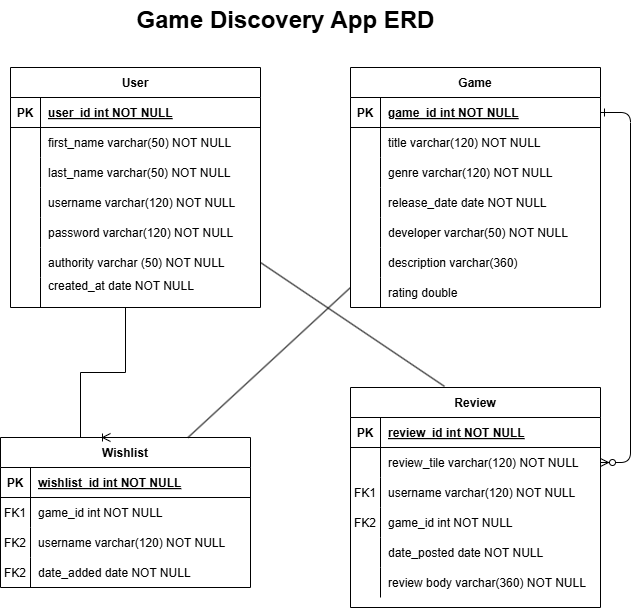
The draw.io diagram Game-Discovery-App-ERD.png in randiquek/Assessment-Java-Full-Stack-Application, before a commit. Source tidied: cells renumbered, new cells last; positions are measured from the earlier drawing's top-left corner, leaving out a move shared by most shapes.
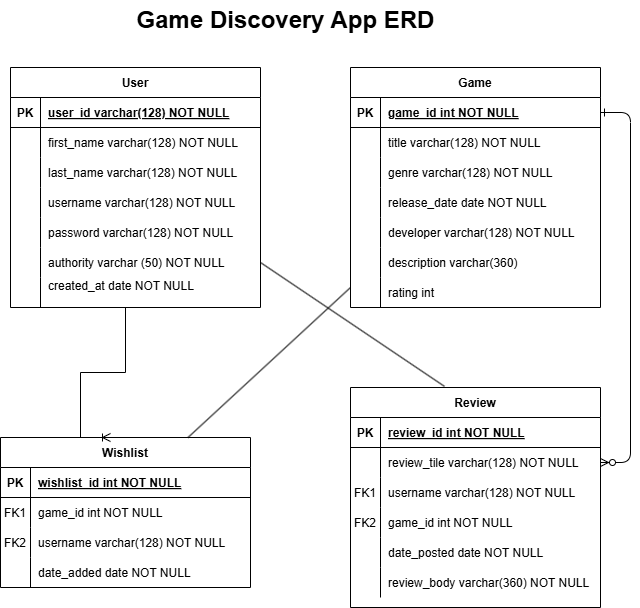
After the change.

Commit message:
made a few small changes to the ERD and created my MySQL database

The edit, as a diff of the source:
```diff
@@ -23,7 +23,7 @@
     <mxCell id="8" style="shape=partialRectangle;overflow=hidden;fillColor=none;top=0;left=0;bottom=0;right=0;" parent="7" vertex="1">
       <mxGeometry width="30" height="30" as="geometry" />
     </mxCell>
-    <mxCell id="9" value="title varchar(120) NOT NULL" style="shape=partialRectangle;overflow=hidden;fillColor=none;top=0;left=0;bottom=0;right=0;align=left;spacingLeft=6;" parent="7" vertex="1">
+    <mxCell id="9" value="title varchar(128) NOT NULL" style="shape=partialRectangle;overflow=hidden;fillColor=none;top=0;left=0;bottom=0;right=0;align=left;spacingLeft=6;" parent="7" vertex="1">
       <mxGeometry x="30" width="220" height="30" as="geometry" />
     </mxCell>
     <mxCell id="10" style="shape=partialRectangle;fillColor=none;top=0;left=0;right=0;bottom=0;" parent="3" vertex="1">
@@ -32,7 +32,7 @@
     <mxCell id="11" style="shape=partialRectangle;overflow=hidden;fillColor=none;top=0;left=0;bottom=0;right=0;" parent="10" vertex="1">
       <mxGeometry width="30" height="30" as="geometry" />
     </mxCell>
-    <mxCell id="12" value="genre varchar(120) NOT NULL" style="shape=partialRectangle;overflow=hidden;fillColor=none;top=0;left=0;bottom=0;right=0;align=left;spacingLeft=6;" parent="10" vertex="1">
+    <mxCell id="12" value="genre varchar(128) NOT NULL" style="shape=partialRectangle;overflow=hidden;fillColor=none;top=0;left=0;bottom=0;right=0;align=left;spacingLeft=6;" parent="10" vertex="1">
       <mxGeometry x="30" width="220" height="30" as="geometry" />
     </mxCell>
     <mxCell id="13" style="shape=partialRectangle;fillColor=none;top=0;left=0;right=0;bottom=0;" parent="3" vertex="1">
@@ -50,7 +50,7 @@
     <mxCell id="17" style="shape=partialRectangle;overflow=hidden;fillColor=none;top=0;left=0;bottom=0;right=0;" parent="16" vertex="1">
       <mxGeometry width="30" height="30" as="geometry" />
     </mxCell>
-    <mxCell id="18" value="developer varchar(50) NOT NULL" style="shape=partialRectangle;overflow=hidden;fillColor=none;top=0;left=0;bottom=0;right=0;align=left;spacingLeft=6;" parent="16" vertex="1">
+    <mxCell id="18" value="developer varchar(128) NOT NULL" style="shape=partialRectangle;overflow=hidden;fillColor=none;top=0;left=0;bottom=0;right=0;align=left;spacingLeft=6;" parent="16" vertex="1">
       <mxGeometry x="30" width="220" height="30" as="geometry" />
     </mxCell>
     <mxCell id="19" style="shape=partialRectangle;fillColor=none;top=0;left=0;right=0;bottom=0;" parent="3" vertex="1">
@@ -68,7 +68,7 @@
     <mxCell id="23" style="shape=partialRectangle;overflow=hidden;fillColor=none;top=0;left=0;bottom=0;right=0;" parent="22" vertex="1">
       <mxGeometry width="30" height="30" as="geometry" />
     </mxCell>
-    <mxCell id="24" value="rating double" style="shape=partialRectangle;overflow=hidden;fillColor=none;top=0;left=0;bottom=0;right=0;align=left;spacingLeft=6;" parent="22" vertex="1">
+    <mxCell id="24" value="rating int" style="shape=partialRectangle;overflow=hidden;fillColor=none;top=0;left=0;bottom=0;right=0;align=left;spacingLeft=6;" parent="22" vertex="1">
       <mxGeometry x="30" width="220" height="30" as="geometry" />
     </mxCell>
     <mxCell id="25" value="Review" style="shape=table;startSize=30;rowLines=0;fontStyle=1;align=center;" parent="1" vertex="1">
@@ -89,7 +89,7 @@
     <mxCell id="30" style="shape=partialRectangle;overflow=hidden;fillColor=none;top=0;left=0;bottom=0;right=0;" parent="29" vertex="1">
       <mxGeometry width="30" height="30" as="geometry" />
     </mxCell>
-    <mxCell id="31" value="review_tile varchar(120) NOT NULL" style="shape=partialRectangle;overflow=hidden;fillColor=none;top=0;left=0;bottom=0;right=0;align=left;spacingLeft=6;" parent="29" vertex="1">
+    <mxCell id="31" value="review_tile varchar(128) NOT NULL" style="shape=partialRectangle;overflow=hidden;fillColor=none;top=0;left=0;bottom=0;right=0;align=left;spacingLeft=6;" parent="29" vertex="1">
       <mxGeometry x="30" width="220" height="30" as="geometry" />
     </mxCell>
     <mxCell id="32" style="shape=partialRectangle;fillColor=none;top=0;left=0;right=0;bottom=0;" parent="25" vertex="1">
@@ -98,7 +98,7 @@
     <mxCell id="33" value="FK1" style="shape=partialRectangle;overflow=hidden;fillColor=none;top=0;left=0;bottom=0;right=0;" parent="32" vertex="1">
       <mxGeometry width="30" height="30" as="geometry" />
     </mxCell>
-    <mxCell id="34" value="username varchar(120) NOT NULL" style="shape=partialRectangle;overflow=hidden;fillColor=none;top=0;left=0;bottom=0;right=0;align=left;spacingLeft=6;" parent="32" vertex="1">
+    <mxCell id="34" value="username varchar(128) NOT NULL" style="shape=partialRectangle;overflow=hidden;fillColor=none;top=0;left=0;bottom=0;right=0;align=left;spacingLeft=6;" parent="32" vertex="1">
       <mxGeometry x="30" width="220" height="30" as="geometry" />
     </mxCell>
     <mxCell id="35" style="shape=partialRectangle;fillColor=none;top=0;left=0;right=0;bottom=0;" parent="25" vertex="1">
@@ -125,7 +125,7 @@
     <mxCell id="42" style="shape=partialRectangle;overflow=hidden;fillColor=none;top=0;left=0;bottom=0;right=0;" parent="41" vertex="1">
       <mxGeometry width="30" height="30" as="geometry" />
     </mxCell>
-    <mxCell id="43" value="review body varchar(360) NOT NULL" style="shape=partialRectangle;overflow=hidden;fillColor=none;top=0;left=0;bottom=0;right=0;align=left;spacingLeft=6;" parent="41" vertex="1">
+    <mxCell id="43" value="review_body varchar(360) NOT NULL" style="shape=partialRectangle;overflow=hidden;fillColor=none;top=0;left=0;bottom=0;right=0;align=left;spacingLeft=6;" parent="41" vertex="1">
       <mxGeometry x="30" width="220" height="30" as="geometry" />
     </mxCell>
     <mxCell id="44" value="Wishlist" style="shape=table;startSize=30;rowLines=0;fontStyle=1;align=center;" parent="1" vertex="1">
@@ -155,13 +155,13 @@
     <mxCell id="52" value="FK2" style="shape=partialRectangle;overflow=hidden;fillColor=none;top=0;left=0;bottom=0;right=0;" parent="51" vertex="1">
       <mxGeometry width="30" height="30" as="geometry" />
     </mxCell>
-    <mxCell id="53" value="username varchar(120) NOT NULL" style="shape=partialRectangle;overflow=hidden;fillColor=none;top=0;left=0;bottom=0;right=0;align=left;spacingLeft=6;" parent="51" vertex="1">
+    <mxCell id="53" value="username varchar(128) NOT NULL" style="shape=partialRectangle;overflow=hidden;fillColor=none;top=0;left=0;bottom=0;right=0;align=left;spacingLeft=6;" parent="51" vertex="1">
       <mxGeometry x="30" width="220" height="30" as="geometry" />
     </mxCell>
     <mxCell id="54" style="shape=partialRectangle;fillColor=none;top=0;left=0;right=0;bottom=0;" parent="44" vertex="1">
       <mxGeometry y="120" width="250" height="30" as="geometry" />
     </mxCell>
-    <mxCell id="55" value="FK2" style="shape=partialRectangle;overflow=hidden;fillColor=none;top=0;left=0;bottom=0;right=0;" parent="54" vertex="1">
+    <mxCell id="55" style="shape=partialRectangle;overflow=hidden;fillColor=none;top=0;left=0;bottom=0;right=0;" parent="54" vertex="1">
       <mxGeometry width="30" height="30" as="geometry" />
     </mxCell>
     <mxCell id="56" value="date_added date NOT NULL" style="shape=partialRectangle;overflow=hidden;fillColor=none;top=0;left=0;bottom=0;right=0;align=left;spacingLeft=6;" parent="54" vertex="1">
@@ -176,7 +176,7 @@
     <mxCell id="59" value="PK" style="shape=partialRectangle;overflow=hidden;fillColor=none;top=0;left=0;bottom=0;right=0;fontStyle=1;" parent="58" vertex="1">
       <mxGeometry width="30" height="30" as="geometry" />
     </mxCell>
-    <mxCell id="60" value="user_id int NOT NULL " style="shape=partialRectangle;overflow=hidden;fillColor=none;top=0;left=0;bottom=0;right=0;align=left;spacingLeft=6;fontStyle=5;" parent="58" vertex="1">
+    <mxCell id="60" value="user_id varchar(128) NOT NULL " style="shape=partialRectangle;overflow=hidden;fillColor=none;top=0;left=0;bottom=0;right=0;align=left;spacingLeft=6;fontStyle=5;" parent="58" vertex="1">
       <mxGeometry x="30" width="220" height="30" as="geometry" />
     </mxCell>
     <mxCell id="61" style="shape=partialRectangle;fillColor=none;top=0;left=0;right=0;bottom=0;" parent="57" vertex="1">
@@ -185,7 +185,7 @@
     <mxCell id="62" style="shape=partialRectangle;overflow=hidden;fillColor=none;top=0;left=0;bottom=0;right=0;" parent="61" vertex="1">
       <mxGeometry width="30" height="30" as="geometry" />
     </mxCell>
-    <mxCell id="63" value="first_name varchar(50) NOT NULL" style="shape=partialRectangle;overflow=hidden;fillColor=none;top=0;left=0;bottom=0;right=0;align=left;spacingLeft=6;" parent="61" vertex="1">
+    <mxCell id="63" value="first_name varchar(128) NOT NULL" style="shape=partialRectangle;overflow=hidden;fillColor=none;top=0;left=0;bottom=0;right=0;align=left;spacingLeft=6;" parent="61" vertex="1">
       <mxGeometry x="30" width="220" height="30" as="geometry" />
     </mxCell>
     <mxCell id="64" style="shape=partialRectangle;fillColor=none;top=0;left=0;right=0;bottom=0;" parent="57" vertex="1">
@@ -194,7 +194,7 @@
     <mxCell id="65" style="shape=partialRectangle;overflow=hidden;fillColor=none;top=0;left=0;bottom=0;right=0;" parent="64" vertex="1">
       <mxGeometry width="30" height="30" as="geometry" />
     </mxCell>
-    <mxCell id="66" value="last_name varchar(50) NOT NULL" style="shape=partialRectangle;overflow=hidden;fillColor=none;top=0;left=0;bottom=0;right=0;align=left;spacingLeft=6;" parent="64" vertex="1">
+    <mxCell id="66" value="last_name varchar(128) NOT NULL" style="shape=partialRectangle;overflow=hidden;fillColor=none;top=0;left=0;bottom=0;right=0;align=left;spacingLeft=6;" parent="64" vertex="1">
       <mxGeometry x="30" width="220" height="30" as="geometry" />
     </mxCell>
     <mxCell id="67" style="shape=partialRectangle;fillColor=none;top=0;left=0;right=0;bottom=0;" parent="57" vertex="1">
@@ -203,7 +203,7 @@
     <mxCell id="68" style="shape=partialRectangle;overflow=hidden;fillColor=none;top=0;left=0;bottom=0;right=0;" parent="67" vertex="1">
       <mxGeometry width="30" height="30" as="geometry" />
     </mxCell>
-    <mxCell id="69" value="username varchar(120) NOT NULL" style="shape=partialRectangle;overflow=hidden;fillColor=none;top=0;left=0;bottom=0;right=0;align=left;spacingLeft=6;" parent="67" vertex="1">
+    <mxCell id="69" value="username varchar(128) NOT NULL" style="shape=partialRectangle;overflow=hidden;fillColor=none;top=0;left=0;bottom=0;right=0;align=left;spacingLeft=6;" parent="67" vertex="1">
       <mxGeometry x="30" width="220" height="30" as="geometry" />
     </mxCell>
     <mxCell id="70" style="shape=partialRectangle;fillColor=none;top=0;left=0;right=0;bottom=0;" parent="57" vertex="1">
@@ -212,7 +212,7 @@
     <mxCell id="71" style="shape=partialRectangle;overflow=hidden;fillColor=none;top=0;left=0;bottom=0;right=0;" parent="70" vertex="1">
       <mxGeometry width="30" height="30" as="geometry" />
     </mxCell>
-    <mxCell id="72" value="password varchar(120) NOT NULL" style="shape=partialRectangle;overflow=hidden;fillColor=none;top=0;left=0;bottom=0;right=0;align=left;spacingLeft=6;" parent="70" vertex="1">
+    <mxCell id="72" value="password varchar(128) NOT NULL" style="shape=partialRectangle;overflow=hidden;fillColor=none;top=0;left=0;bottom=0;right=0;align=left;spacingLeft=6;" parent="70" vertex="1">
       <mxGeometry x="30" width="220" height="30" as="geometry" />
     </mxCell>
     <mxCell id="73" style="shape=partialRectangle;fillColor=none;points=[[0,0.5],[1,0.5]];portConstraint=eastwest;top=0;left=0;right=0;bottom=0;" parent="57" vertex="1">
```
